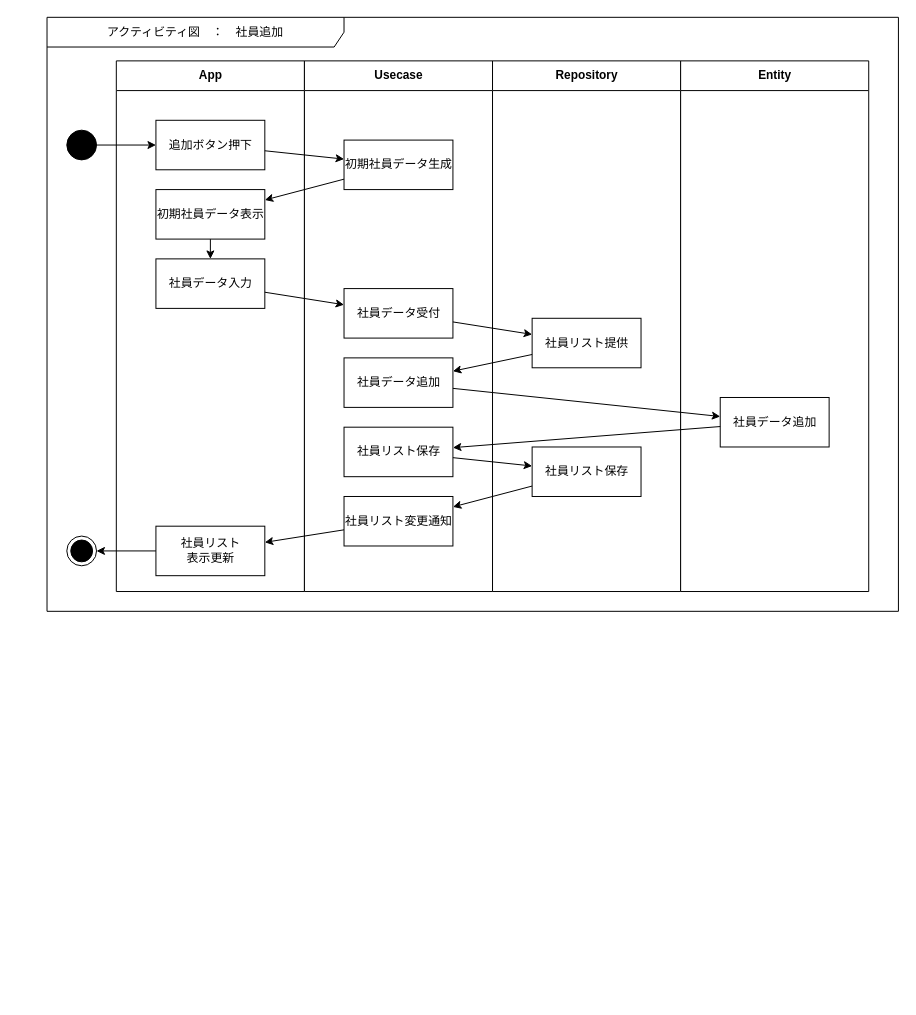
Above: page "社員追加 平社員" (2 of 4) of Designs/アクティビティ/アクティビティ図.drawio in bosssanovar/LightMvvmSample (draw.io), before the change. Source tidied: cells renumbered, new cells numbered last; positions are measured from the earlier drawing's top-left corner, leaving out a move shared by most shapes. Both pictures are drawn from the tidied source at 99%, with x=0, y=0 at pixel (47, 17).
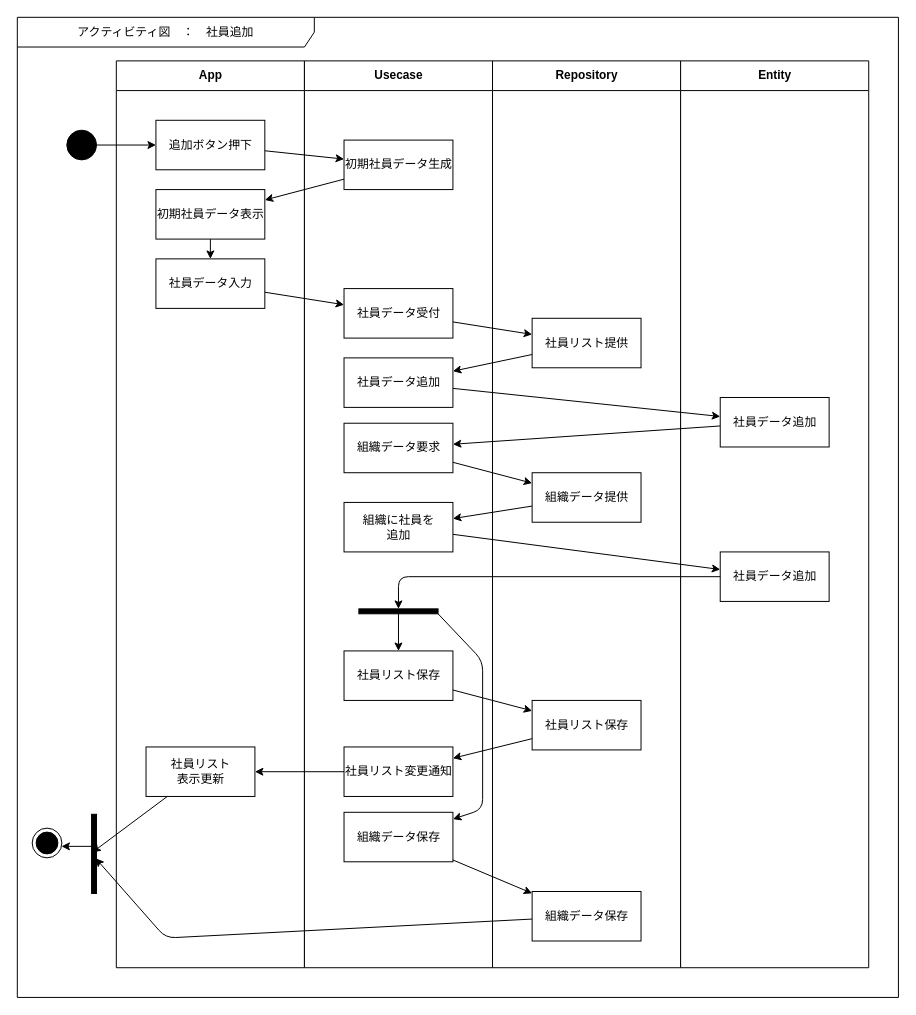
The same diagram, later.

Unchanged cells that the change refers to:
```xml
<mxCell id="19" value="社員データ追加" style="html=1;" parent="18" vertex="1">
  <mxGeometry x="40" y="340" width="110" height="50" as="geometry" />
</mxCell>
```

Diff of the diagram source:
```diff
@@
     <mxCell id="2" value="アクティビティ図　：　社員追加" style="shape=umlFrame;whiteSpace=wrap;html=1;swimlaneFillColor=#FFFFFF;width=300;height=30;" parent="1" vertex="1">
-      <mxGeometry width="860" height="600" as="geometry" />
+      <mxGeometry x="-30" width="890" height="990" as="geometry" />
     </mxCell>
     <mxCell id="3" value="App" style="swimlane;fontStyle=1;align=center;horizontal=1;startSize=30;html=1;swimlaneFillColor=#FFFFFF;" parent="1" vertex="1">
-      <mxGeometry x="70" y="44" width="190" height="536" as="geometry" />
+      <mxGeometry x="70" y="44" width="190" height="916" as="geometry" />
     </mxCell>
@@
     <mxCell id="8" value="社員リスト&lt;br&gt;表示更新" style="html=1;" parent="3" vertex="1">
-      <mxGeometry x="40" y="470" width="110" height="50" as="geometry" />
+      <mxGeometry x="30" y="693" width="110" height="50" as="geometry" />
     </mxCell>
     <mxCell id="9" value="Usecase" style="swimlane;fontStyle=1;align=center;horizontal=1;startSize=30;html=1;swimlaneFillColor=#FFFFFF;" parent="1" vertex="1">
-      <mxGeometry x="260" y="44" width="190" height="536" as="geometry" />
+      <mxGeometry x="260" y="44" width="190" height="916" as="geometry" />
     </mxCell>
@@
-    <mxCell id="13" value="社員リスト保存" style="html=1;" parent="9" vertex="1">
-      <mxGeometry x="40" y="370" width="110" height="50" as="geometry" />
-    </mxCell>
+    <mxCell id="34" value="組織データ要求" style="html=1;" parent="9" vertex="1">
+      <mxGeometry x="40" y="366" width="110" height="50" as="geometry" />
+    </mxCell>
+    <mxCell id="35" value="組織に社員を&lt;br&gt;追加" style="html=1;" parent="9" vertex="1">
+      <mxGeometry x="40" y="446" width="110" height="50" as="geometry" />
+    </mxCell>
+    <mxCell id="36" value="社員リスト保存" style="html=1;" parent="9" vertex="1">
+      <mxGeometry x="40" y="596" width="110" height="50" as="geometry" />
+    </mxCell>
+    <mxCell id="37" style="edgeStyle=none;html=1;" parent="9" edge="1" source="38" target="36">
+      <mxGeometry relative="1" as="geometry" />
+    </mxCell>
+    <mxCell id="38" style="html=1;points=[];perimeter=orthogonalPerimeter;fillColor=strokeColor;rotation=-90;" parent="9" vertex="1">
+      <mxGeometry x="92.5" y="516" width="5" height="80" as="geometry" />
+    </mxCell>
+    <mxCell id="39" value="組織データ保存" style="html=1;" parent="9" vertex="1">
+      <mxGeometry x="40" y="759" width="110" height="50" as="geometry" />
+    </mxCell>
     <mxCell id="14" value="社員リスト変更通知" style="html=1;" parent="9" vertex="1">
-      <mxGeometry x="40" y="440" width="110" height="50" as="geometry" />
+      <mxGeometry x="40" y="693" width="110" height="50" as="geometry" />
     </mxCell>
+    <mxCell id="40" style="edgeStyle=none;html=1;" parent="9" edge="1" source="38" target="39">
+      <mxGeometry relative="1" as="geometry">
+        <Array as="points">
+          <mxPoint x="180" y="606" />
+          <mxPoint x="180" y="756" />
+        </Array>
+      </mxGeometry>
+    </mxCell>
     <mxCell id="15" value="Repository" style="swimlane;fontStyle=1;align=center;horizontal=1;startSize=30;html=1;swimlaneFillColor=#FFFFFF;" parent="1" vertex="1">
-      <mxGeometry x="450" y="44" width="190" height="536" as="geometry" />
+      <mxGeometry x="450" y="44" width="190" height="916" as="geometry" />
     </mxCell>
@@
-    <mxCell id="17" value="社員リスト保存" style="html=1;" parent="15" vertex="1">
-      <mxGeometry x="40" y="390" width="110" height="50" as="geometry" />
-    </mxCell>
+    <mxCell id="41" value="組織データ提供" style="html=1;" parent="15" vertex="1">
+      <mxGeometry x="40" y="416" width="110" height="50" as="geometry" />
+    </mxCell>
+    <mxCell id="42" value="社員リスト保存" style="html=1;" parent="15" vertex="1">
+      <mxGeometry x="40" y="646" width="110" height="50" as="geometry" />
+    </mxCell>
+    <mxCell id="43" value="組織データ保存" style="html=1;" parent="15" vertex="1">
+      <mxGeometry x="40" y="839" width="110" height="50" as="geometry" />
+    </mxCell>
     <mxCell id="18" value="Entity" style="swimlane;fontStyle=1;align=center;horizontal=1;startSize=30;html=1;swimlaneFillColor=#FFFFFF;" parent="1" vertex="1">
-      <mxGeometry x="640" y="44" width="190" height="536" as="geometry" />
+      <mxGeometry x="640" y="44" width="190" height="916" as="geometry" />
     </mxCell>
@@
+    <mxCell id="44" value="社員データ追加" style="html=1;" parent="18" vertex="1">
+      <mxGeometry x="40" y="496" width="110" height="50" as="geometry" />
+    </mxCell>
@@
-    <mxCell id="28" style="edgeStyle=none;html=1;" parent="1" edge="1" source="19" target="13">
-      <mxGeometry relative="1" as="geometry" />
-    </mxCell>
-    <mxCell id="29" style="edgeStyle=none;html=1;" parent="1" edge="1" source="13" target="17">
-      <mxGeometry relative="1" as="geometry" />
-    </mxCell>
-    <mxCell id="30" style="edgeStyle=none;html=1;" parent="1" edge="1" source="17" target="14">
-      <mxGeometry relative="1" as="geometry" />
-    </mxCell>
+    <mxCell id="45" style="html=1;points=[];perimeter=orthogonalPerimeter;fillColor=strokeColor;rotation=0;" parent="1" vertex="1">
+      <mxGeometry x="45" y="805" width="5" height="80" as="geometry" />
+    </mxCell>
+    <mxCell id="46" style="edgeStyle=none;html=1;" parent="1" edge="1" source="36" target="42">
+      <mxGeometry relative="1" as="geometry" />
+    </mxCell>
+    <mxCell id="47" style="edgeStyle=none;html=1;" parent="1" edge="1" source="42" target="14">
+      <mxGeometry relative="1" as="geometry" />
+    </mxCell>
@@
-    <mxCell id="32" style="ellipse;html=1;shape=endState;fillColor=strokeColor;" parent="1" vertex="1">
-      <mxGeometry x="20" y="524" width="30" height="30" as="geometry" />
-    </mxCell>
-    <mxCell id="33" style="edgeStyle=none;html=1;" parent="1" edge="1" source="8" target="32">
-      <mxGeometry relative="1" as="geometry" />
-    </mxCell>
+    <mxCell id="48" style="ellipse;html=1;shape=endState;fillColor=strokeColor;" parent="1" vertex="1">
+      <mxGeometry x="-15" y="819" width="30" height="30" as="geometry" />
+    </mxCell>
+    <mxCell id="49" style="edgeStyle=none;html=1;entryX=0.153;entryY=0.481;entryDx=0;entryDy=0;entryPerimeter=0;" parent="1" edge="1" source="8" target="45">
+      <mxGeometry relative="1" as="geometry" />
+    </mxCell>
+    <mxCell id="50" style="edgeStyle=none;html=1;" parent="1" edge="1" source="19" target="34">
+      <mxGeometry relative="1" as="geometry" />
+    </mxCell>
+    <mxCell id="51" style="edgeStyle=none;html=1;" parent="1" edge="1" source="34" target="41">
+      <mxGeometry relative="1" as="geometry" />
+    </mxCell>
+    <mxCell id="52" style="edgeStyle=none;html=1;" parent="1" edge="1" source="41" target="35">
+      <mxGeometry relative="1" as="geometry" />
+    </mxCell>
+    <mxCell id="53" style="edgeStyle=none;html=1;" parent="1" edge="1" source="35" target="44">
+      <mxGeometry relative="1" as="geometry" />
+    </mxCell>
+    <mxCell id="54" style="edgeStyle=none;html=1;" parent="1" edge="1" source="44" target="38">
+      <mxGeometry relative="1" as="geometry">
+        <Array as="points">
+          <mxPoint x="355" y="565" />
+        </Array>
+      </mxGeometry>
+    </mxCell>
+    <mxCell id="55" style="edgeStyle=none;html=1;entryX=0.8;entryY=0.555;entryDx=0;entryDy=0;entryPerimeter=0;" parent="1" edge="1" source="43" target="45">
+      <mxGeometry relative="1" as="geometry">
+        <Array as="points">
+          <mxPoint x="120" y="930" />
+        </Array>
+      </mxGeometry>
+    </mxCell>
+    <mxCell id="56" style="edgeStyle=none;html=1;" parent="1" edge="1" source="39" target="43">
+      <mxGeometry relative="1" as="geometry" />
+    </mxCell>
+    <mxCell id="57" style="edgeStyle=none;html=1;" parent="1" edge="1" source="45" target="48">
+      <mxGeometry relative="1" as="geometry" />
+    </mxCell>
```
